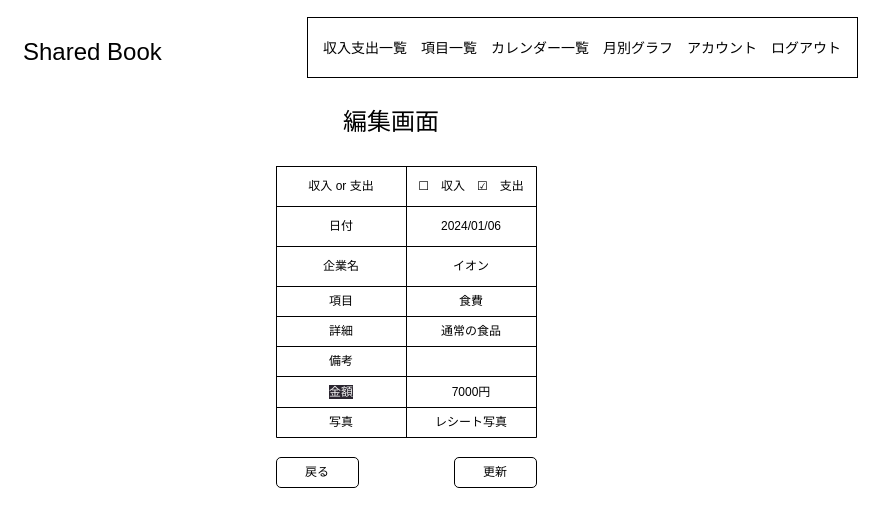
The draw.io diagram docs/edit_income_expense_wireflame.drawio in KeiSuzukiNishi/shared_household_account_book, before the edit. Source tidied: cells renumbered, new cells numbered last; positions are measured from the earlier drawing's top-left corner, leaving out a move shared by most shapes. Both pictures are drawn from the tidied source at 100%, with x=0, y=0 at pixel (17, 17).
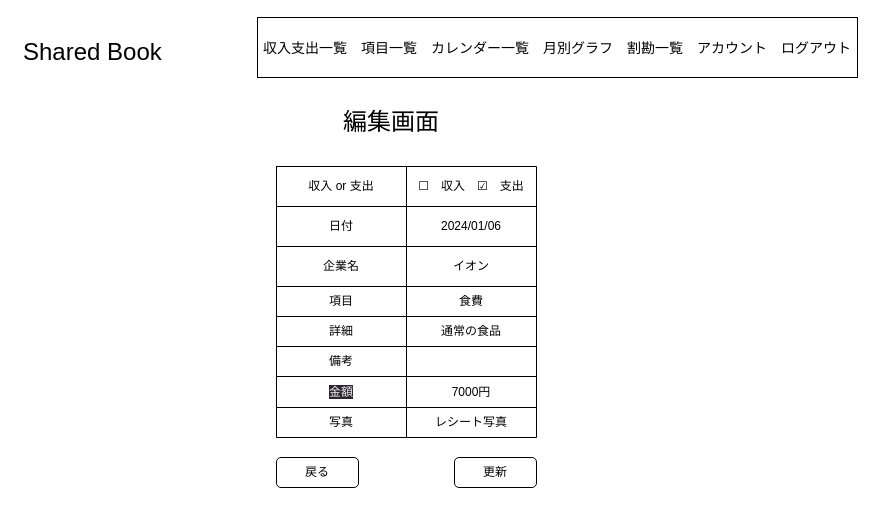
The same page after the edit.

What changed in the source:
```diff
@@
-    <mxCell id="3" value="&lt;font style=&quot;font-size: 14px;&quot;&gt;収入支出一覧　項目一覧　カレンダー一覧　月別グラフ　アカウント　ログアウト&lt;/font&gt;" style="rounded=0;whiteSpace=wrap;html=1;fontSize=18;" parent="1" vertex="1">
-      <mxGeometry x="290" width="550" height="60" as="geometry" />
+    <mxCell id="3" value="&lt;font style=&quot;font-size: 14px;&quot;&gt;収入支出一覧　項目一覧　カレンダー一覧　月別グラフ　割勘一覧　アカウント　ログアウト&lt;/font&gt;" style="rounded=0;whiteSpace=wrap;html=1;fontSize=18;" parent="1" vertex="1">
+      <mxGeometry x="240" width="600" height="60" as="geometry" />
     </mxCell>
```
